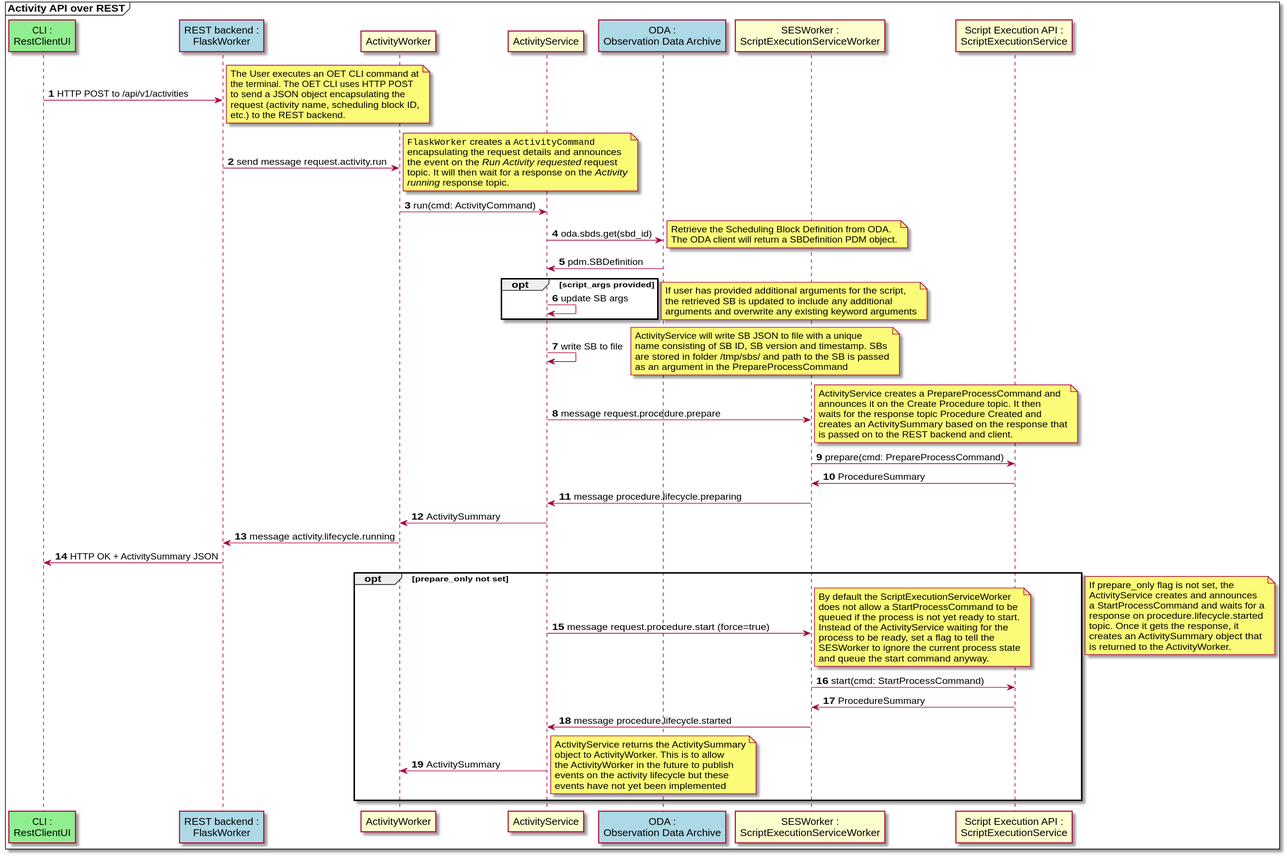
This is docs/src/diagrams/export/backend_module_ui_sequence_activity_api_over_rest.svg from ska-telescope/observation-execution-tool, a PlantUML export, as it was before one commit.
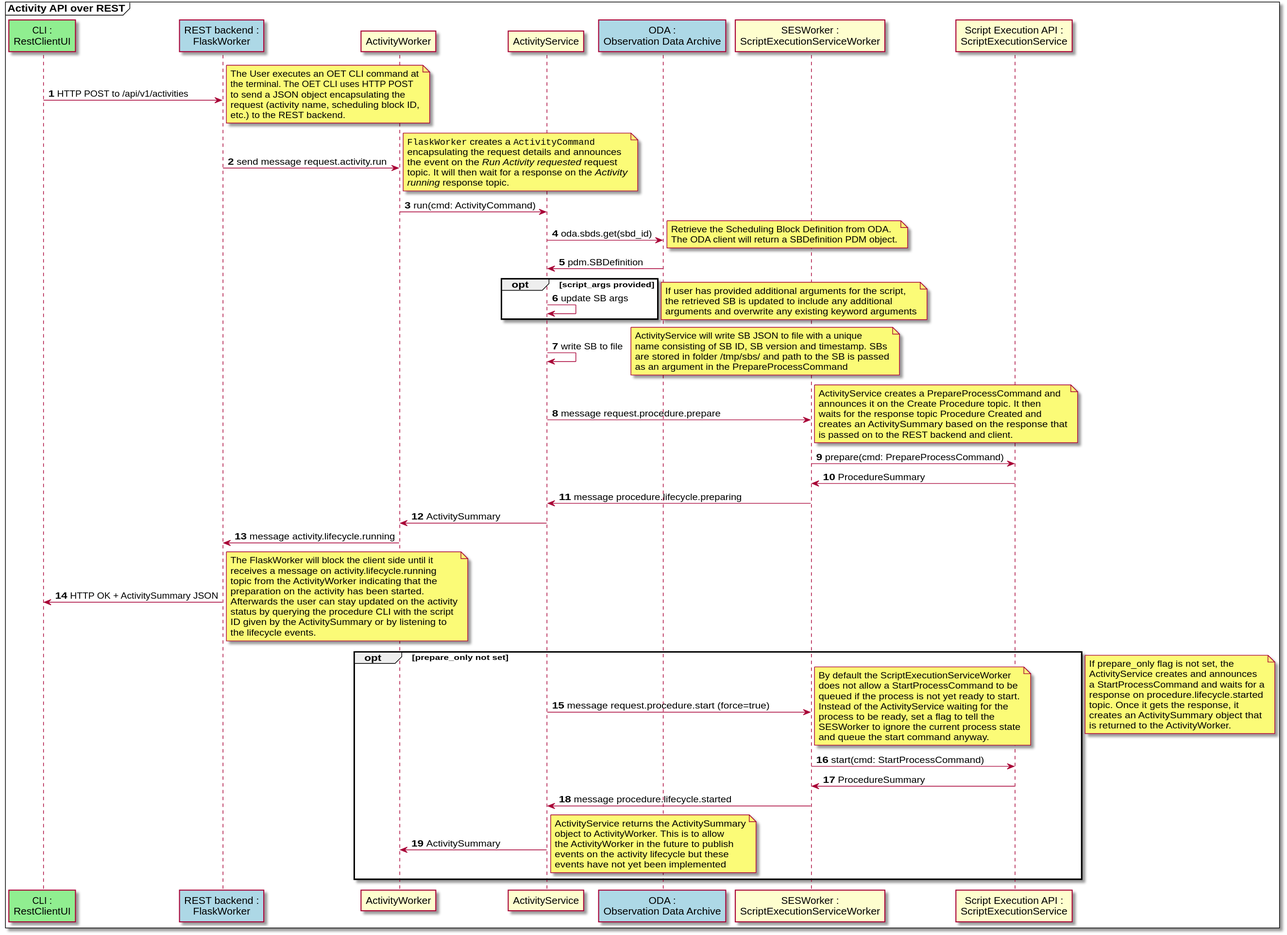
The same file after the commit.

Commit message:
BTN-1689 Add a note on the Activity sequence diagram

Diff of the diagram source:
```diff
@@ -79,6 +79,16 @@
 ActivityWorker -> FlaskWorker: message activity.lifecycle.running
 
 cli <- FlaskWorker: HTTP OK + ActivitySummary JSON
+note right
+The FlaskWorker will block the client side until it
+receives a message on activity.lifecycle.running
+topic from the ActivityWorker indicating that the
+preparation on the activity has been started.
+Afterwards the user can stay updated on the activity
+status by querying the procedure CLI with the script
+ID given by the ActivitySummary or by listening to
+the lifecycle events.
+end note
 
 opt prepare_only not set
 ActivityService -> ScriptExecutionServiceWorker: message request.procedure.start (force=true)
```
